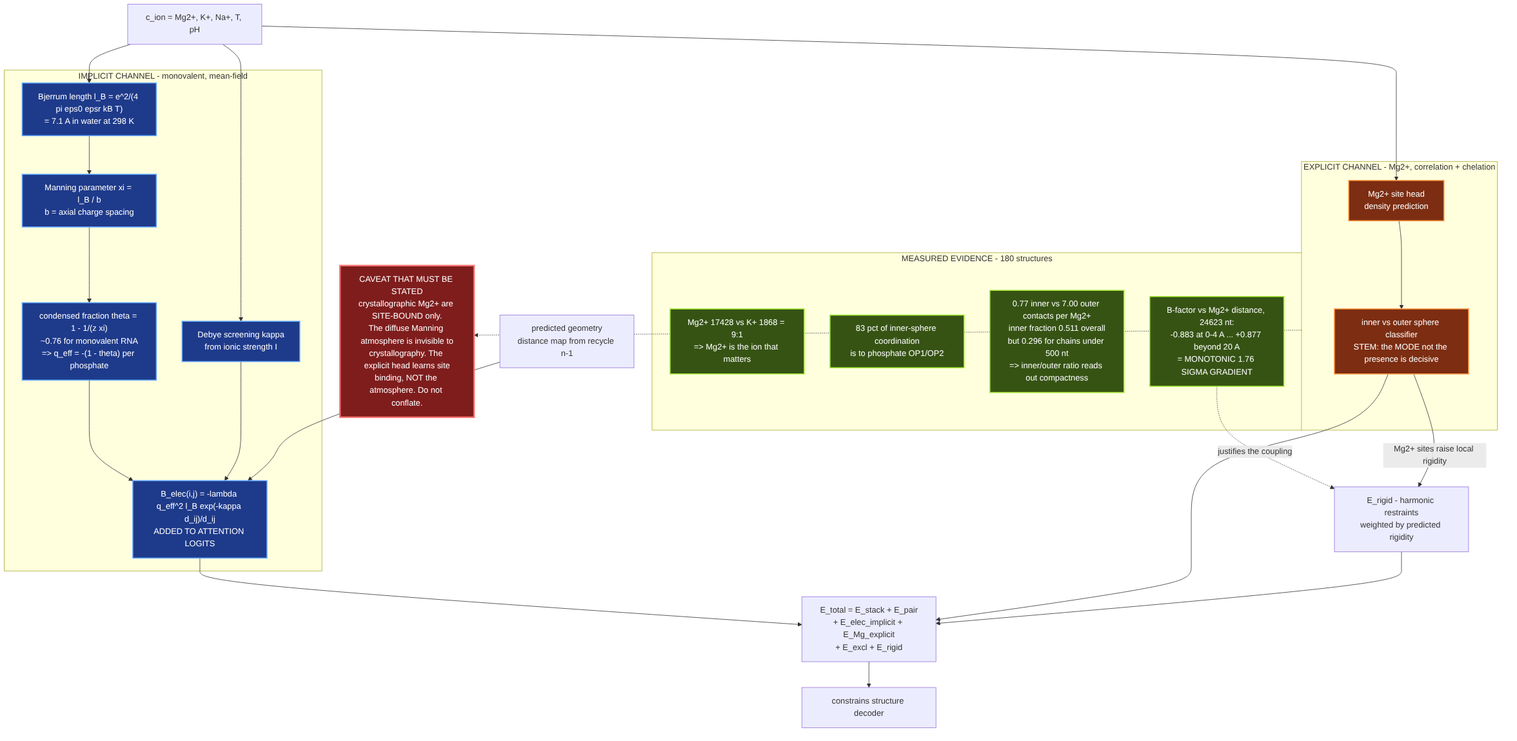
Above: research/architecture/diagrams/rendered/05-physics-hamiltonian.png in E-Motioner-X-SBS/sbs-rna (Mermaid), before the change. Its source is kept beside it as research/architecture/diagrams/05-physics-hamiltonian.mmd. Source of this version:
```mermaid
graph TB
    ION["c_ion = Mg2+, K+, Na+, T, pH"]
    GEOM["predicted geometry<br/>distance map from recycle n-1"]

    subgraph IMPL["IMPLICIT CHANNEL - monovalent, mean-field"]
        BJ["Bjerrum length l_B = e^2/(4 pi eps0 epsr kB T)<br/>= 7.1 A in water at 298 K"]
        XI["Manning parameter xi = l_B / b<br/>b = axial charge spacing"]
        TH["condensed fraction theta = 1 - 1/(z xi)<br/>~0.76 for monovalent RNA<br/>=> q_eff = -(1 - theta) per phosphate"]
        KA["Debye screening kappa<br/>from ionic strength I"]
        BE["B_elec(i,j) = -lambda q_eff^2 l_B exp(-kappa d_ij)/d_ij<br/>ADDED TO ATTENTION LOGITS"]
        BJ --> XI --> TH --> BE
        KA --> BE
    end

    subgraph EXPL["EXPLICIT CHANNEL - Mg2+, correlation + chelation"]
        MGH["Mg2+ site head<br/>density prediction"]
        INOUT["inner vs outer sphere classifier<br/>STEM: the MODE not the presence is decisive"]
        MGH --> INOUT
    end

    subgraph EVID["MEASURED EVIDENCE - 180 structures"]
        V1["Mg2+ 17428 vs K+ 1868 = 9:1<br/>=> Mg2+ is the ion that matters"]
        V2["83 pct of inner-sphere coordination<br/>is to phosphate OP1/OP2"]
        V3["0.77 inner vs 7.00 outer contacts per Mg2+<br/>inner fraction 0.511 overall<br/>but 0.296 for chains under 500 nt<br/>=> inner/outer ratio reads out compactness"]
        V4["B-factor vs Mg2+ distance, 24623 nt:<br/>-0.883 at 0-4 A ... +0.877 beyond 20 A<br/>= MONOTONIC 1.76 SIGMA GRADIENT"]
    end

    ION --> BJ
    ION --> KA
    ION --> MGH
    GEOM --> BE

    ETOT["E_total = E_stack + E_pair<br/>+ E_elec_implicit + E_Mg_explicit<br/>+ E_excl + E_rigid"]
    BE --> ETOT
    INOUT --> ETOT

    RIG["E_rigid - harmonic restraints<br/>weighted by predicted rigidity"]
    V4 -.->|"justifies the coupling"| RIG
    INOUT -->|"Mg2+ sites raise local rigidity"| RIG
    RIG --> ETOT
    ETOT --> DEC["constrains structure decoder"]

    CAV["CAVEAT THAT MUST BE STATED<br/>crystallographic Mg2+ are SITE-BOUND only.<br/>The diffuse Manning atmosphere is invisible to<br/>crystallography. The explicit head learns site<br/>binding, NOT the atmosphere. Do not conflate."]
    EXPL -.-> CAV

    classDef impl fill:#1e3a8a,stroke:#60a5fa,stroke-width:2px,color:#fff
    classDef expl fill:#7c2d12,stroke:#fb923c,stroke-width:2px,color:#fff
    classDef meas fill:#365314,stroke:#a3e635,stroke-width:2px,color:#fff
    classDef cav fill:#7f1d1d,stroke:#f87171,stroke-width:3px,color:#fff
    class BJ,XI,TH,KA,BE impl
    class MGH,INOUT expl
    class V1,V2,V3,V4 meas
    class CAV cav
```
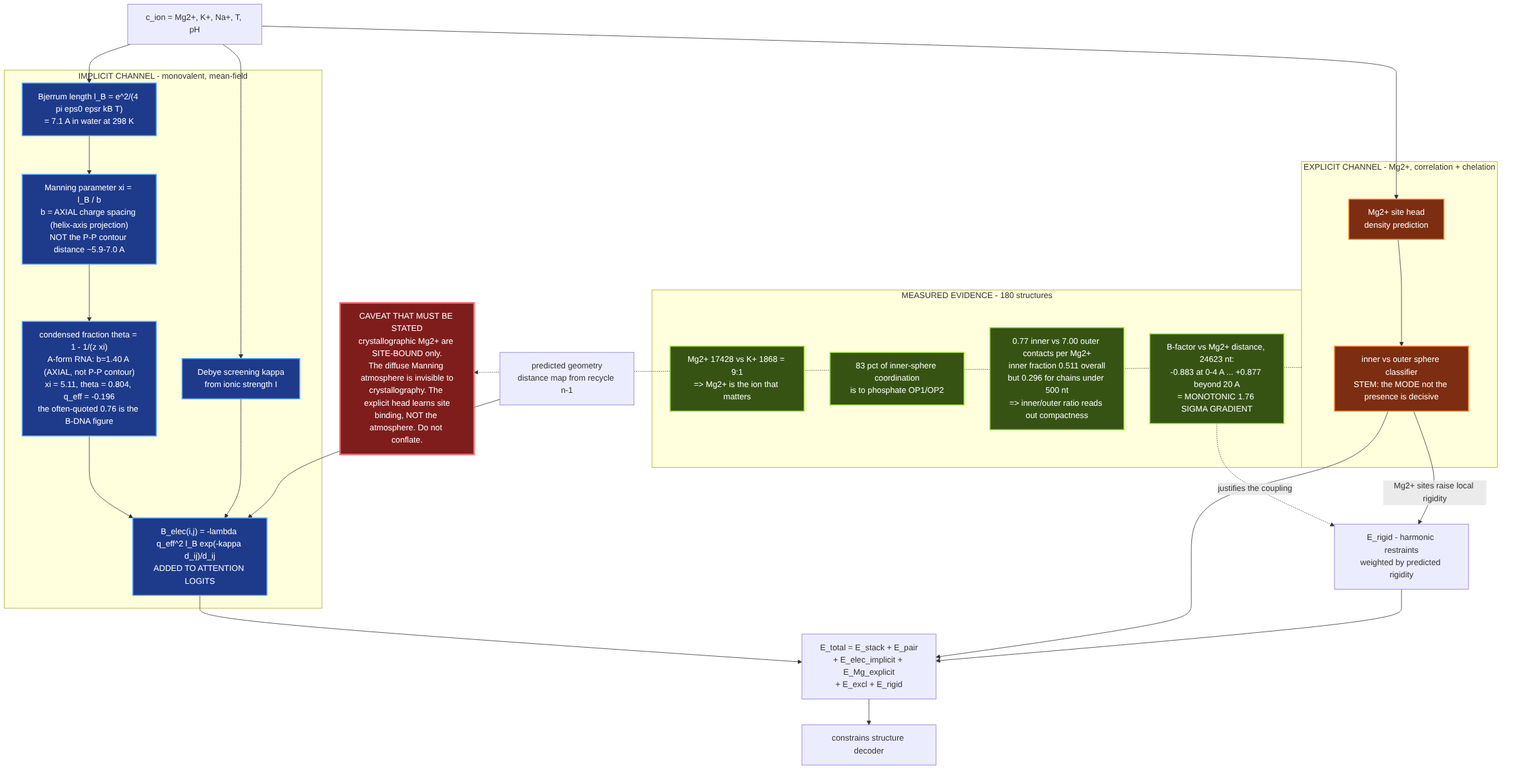
Above is the later version.

What changed in the source:
```diff
@@ -4,8 +4,8 @@
 
     subgraph IMPL["IMPLICIT CHANNEL - monovalent, mean-field"]
         BJ["Bjerrum length l_B = e^2/(4 pi eps0 epsr kB T)<br/>= 7.1 A in water at 298 K"]
-        XI["Manning parameter xi = l_B / b<br/>b = axial charge spacing"]
-        TH["condensed fraction theta = 1 - 1/(z xi)<br/>~0.76 for monovalent RNA<br/>=> q_eff = -(1 - theta) per phosphate"]
+        XI["Manning parameter xi = l_B / b<br/>b = AXIAL charge spacing (helix-axis projection)<br/>NOT the P-P contour distance ~5.9-7.0 A"]
+        TH["condensed fraction theta = 1 - 1/(z xi)<br/>A-form RNA: b=1.40 A (AXIAL, not P-P contour)<br/>xi = 5.11, theta = 0.804, q_eff = -0.196<br/>the often-quoted 0.76 is the B-DNA figure"]
         KA["Debye screening kappa<br/>from ionic strength I"]
         BE["B_elec(i,j) = -lambda q_eff^2 l_B exp(-kappa d_ij)/d_ij<br/>ADDED TO ATTENTION LOGITS"]
         BJ --> XI --> TH --> BE
```
